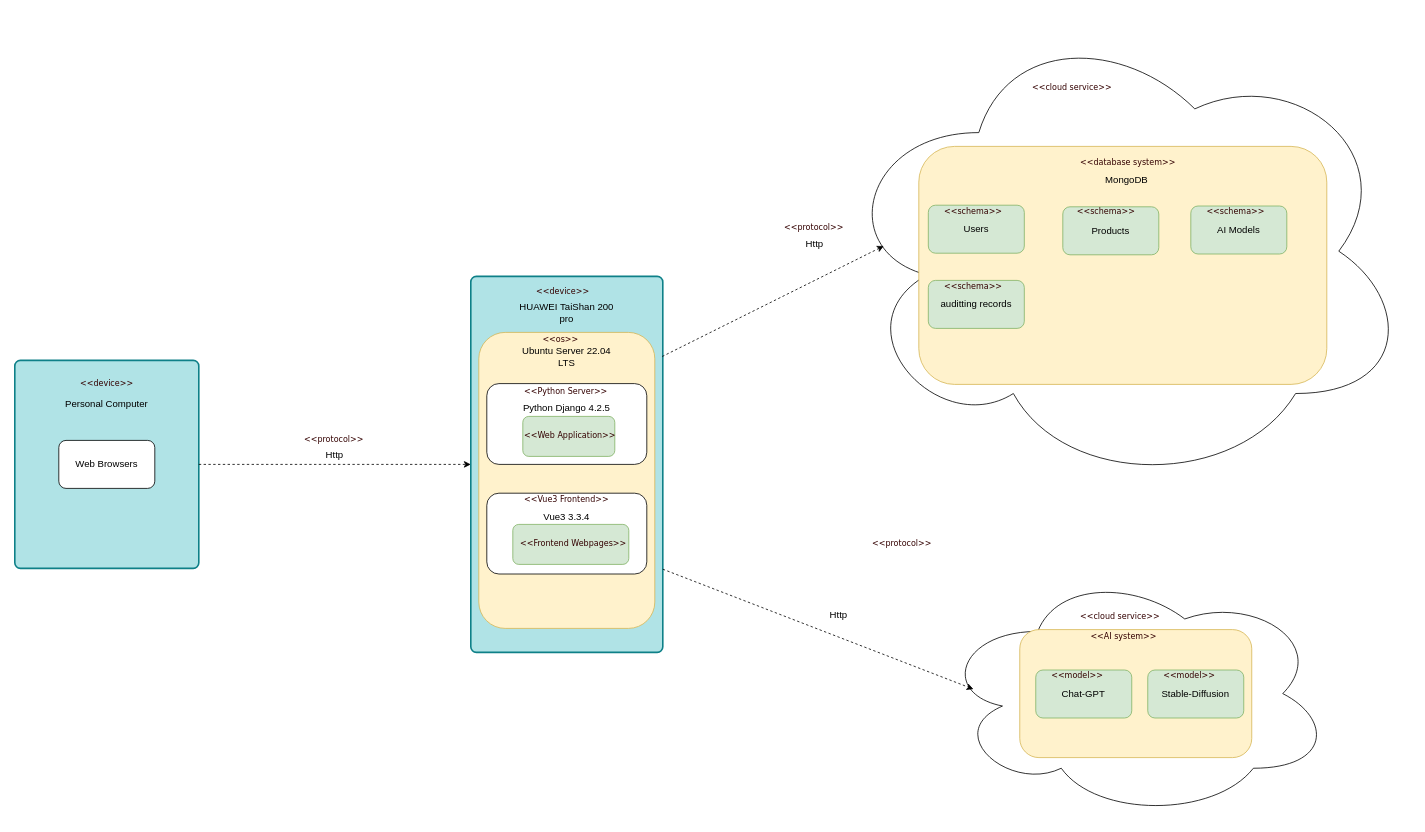
Before: Documentation/Deployment Diagram/Deployment Diagram.drawio in Darrenchenn/Model-based-software-design, a draw.io diagram. Source tidied: cells renumbered, new cells numbered last; positions are measured from the earlier drawing's top-left corner, leaving out a move shared by most shapes. Both pictures are drawn from the tidied source at 80%, with x=0, y=0 at pixel (14, 14).
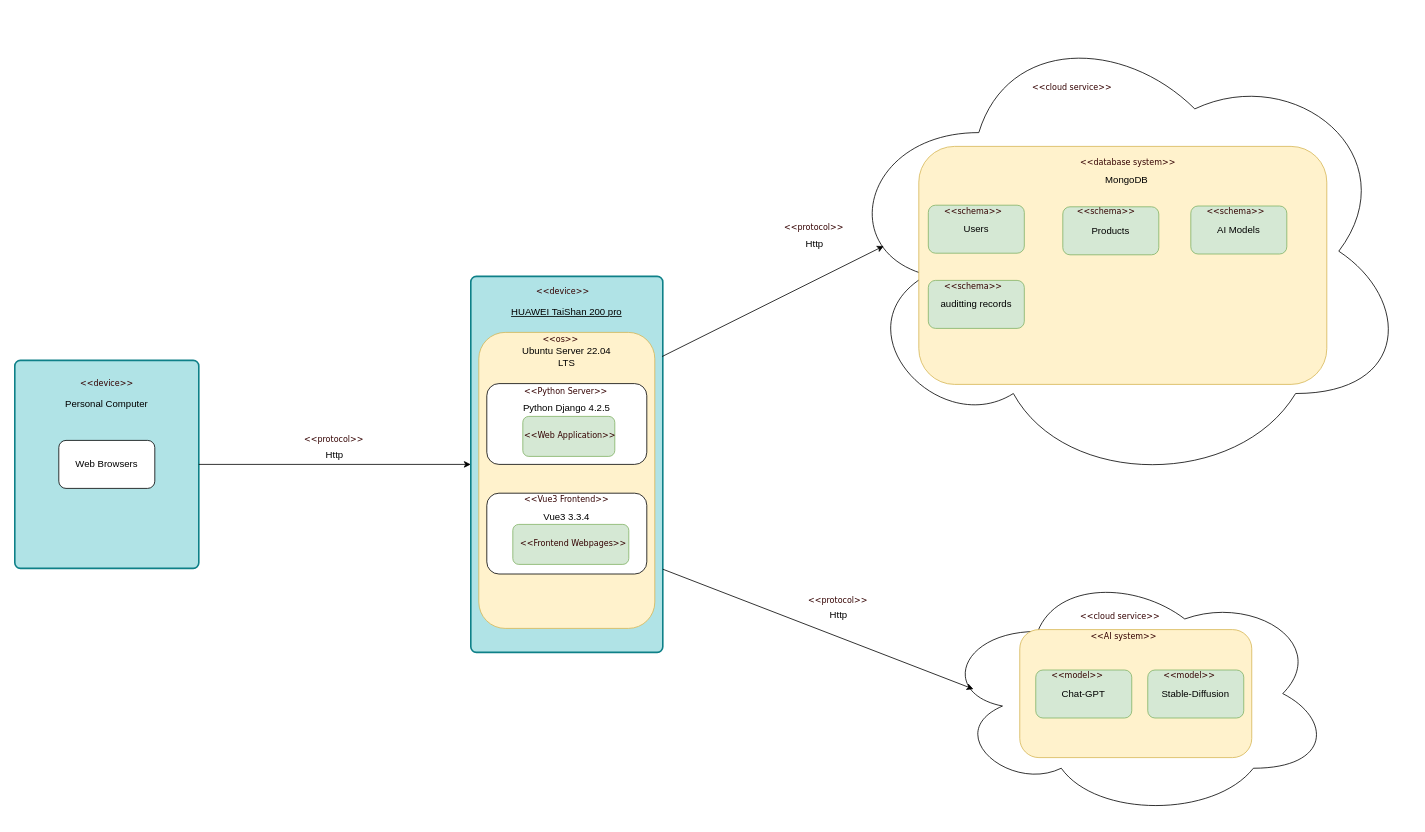
Above is the later version.

Commit message:
update  deployment diagram

Unchanged cells that the change refers to:
```xml
<mxCell id="2" style="rounded=1;whiteSpace=wrap;html=1;absoluteArcSize=1;arcSize=14;strokeWidth=2;fillColor=#b0e3e6;strokeColor=#0e8088;" parent="1" vertex="1">
  <mxGeometry y="433" width="230" height="260" as="geometry" />
</mxCell>
<mxCell id="6" style="rounded=1;whiteSpace=wrap;html=1;absoluteArcSize=1;arcSize=14;strokeWidth=2;fillColor=#b0e3e6;strokeColor=#0e8088;" parent="1" vertex="1">
  <mxGeometry x="570" y="328" width="240" height="470" as="geometry" />
</mxCell>
<mxCell id="12" style="ellipse;shape=cloud;whiteSpace=wrap;html=1;" parent="1" vertex="1">
  <mxGeometry x="1025" width="720" height="593" as="geometry" />
</mxCell>
<mxCell id="14" style="ellipse;shape=cloud;whiteSpace=wrap;html=1;" parent="1" vertex="1">
  <mxGeometry x="1156.2" y="694" width="490" height="311" as="geometry" />
</mxCell>
```

What changed in the source:
```diff
@@
-    <mxCell id="8" value="HUAWEI&amp;nbsp;TaiShan 200 pro" style="text;html=1;strokeColor=none;fillColor=none;align=center;verticalAlign=middle;whiteSpace=wrap;rounded=0;" parent="1" vertex="1">
-      <mxGeometry x="630" y="358" width="120" height="30" as="geometry" />
+    <mxCell id="8" value="&lt;u&gt;HUAWEI&amp;nbsp;TaiShan 200 pro&lt;/u&gt;" style="text;html=1;strokeColor=none;fillColor=none;align=center;verticalAlign=middle;whiteSpace=wrap;rounded=0;" parent="1" vertex="1">
+      <mxGeometry x="615" y="358" width="150" height="30" as="geometry" />
     </mxCell>
@@
-    <mxCell id="16" style="html=1;labelBackgroundColor=#ffffff;startArrow=none;startFill=0;startSize=6;endArrow=classic;endFill=1;endSize=6;jettySize=auto;strokeWidth=1;dashed=1;fontSize=14;rounded=0;exitX=1;exitY=0.5;exitDx=0;exitDy=0;entryX=0;entryY=0.5;entryDx=0;entryDy=0;" parent="1" edge="1" source="2" target="6">
+    <mxCell id="16" style="html=1;labelBackgroundColor=#ffffff;startArrow=none;startFill=0;startSize=6;endArrow=classic;endFill=1;endSize=6;jettySize=auto;strokeWidth=1;fontSize=14;rounded=0;exitX=1;exitY=0.5;exitDx=0;exitDy=0;entryX=0;entryY=0.5;entryDx=0;entryDy=0;" parent="1" edge="1" source="2" target="6">
       <mxGeometry relative="1" as="geometry" />
     </mxCell>
@@
-    <mxCell id="19" style="html=1;labelBackgroundColor=#ffffff;startArrow=none;startFill=0;startSize=6;endArrow=classic;endFill=1;endSize=6;jettySize=auto;strokeWidth=1;dashed=1;fontSize=14;rounded=0;exitX=0.997;exitY=0.213;exitDx=0;exitDy=0;exitPerimeter=0;entryX=0.085;entryY=0.489;entryDx=0;entryDy=0;entryPerimeter=0;" parent="1" edge="1" source="6" target="12">
+    <mxCell id="19" style="html=1;labelBackgroundColor=#ffffff;startArrow=none;startFill=0;startSize=6;endArrow=classic;endFill=1;endSize=6;jettySize=auto;strokeWidth=1;fontSize=14;rounded=0;exitX=0.997;exitY=0.213;exitDx=0;exitDy=0;exitPerimeter=0;entryX=0.085;entryY=0.489;entryDx=0;entryDy=0;entryPerimeter=0;" parent="1" edge="1" source="6" target="12">
       <mxGeometry relative="1" as="geometry" />
     </mxCell>
-    <mxCell id="20" style="html=1;labelBackgroundColor=#ffffff;startArrow=none;startFill=0;startSize=6;endArrow=classic;endFill=1;endSize=6;jettySize=auto;strokeWidth=1;dashed=1;fontSize=14;rounded=0;exitX=0.997;exitY=0.213;exitDx=0;exitDy=0;exitPerimeter=0;entryX=0.086;entryY=0.482;entryDx=0;entryDy=0;entryPerimeter=0;" parent="1" edge="1" target="14">
+    <mxCell id="20" style="html=1;labelBackgroundColor=#ffffff;startArrow=none;startFill=0;startSize=6;endArrow=classic;endFill=1;endSize=6;jettySize=auto;strokeWidth=1;fontSize=14;rounded=0;exitX=0.997;exitY=0.213;exitDx=0;exitDy=0;exitPerimeter=0;entryX=0.086;entryY=0.482;entryDx=0;entryDy=0;entryPerimeter=0;" parent="1" edge="1" target="14">
       <mxGeometry relative="1" as="geometry">
         <mxPoint x="810" y="694" as="sourcePoint" />
       </mxGeometry>
     </mxCell>
@@
     <mxCell id="23" value="&lt;font color=&quot;#330000&quot;&gt;&amp;lt;&amp;lt;protocol&amp;gt;&amp;gt;&lt;/font&gt;" style="text;html=1;align=left;verticalAlign=top;spacingTop=-4;fontSize=10;fontFamily=Verdana;fontColor=#00CCCC;" parent="1" vertex="1">
-      <mxGeometry x="1070" y="653" width="132.5" height="20" as="geometry" />
+      <mxGeometry x="990" y="725" width="132.5" height="20" as="geometry" />
     </mxCell>
```
